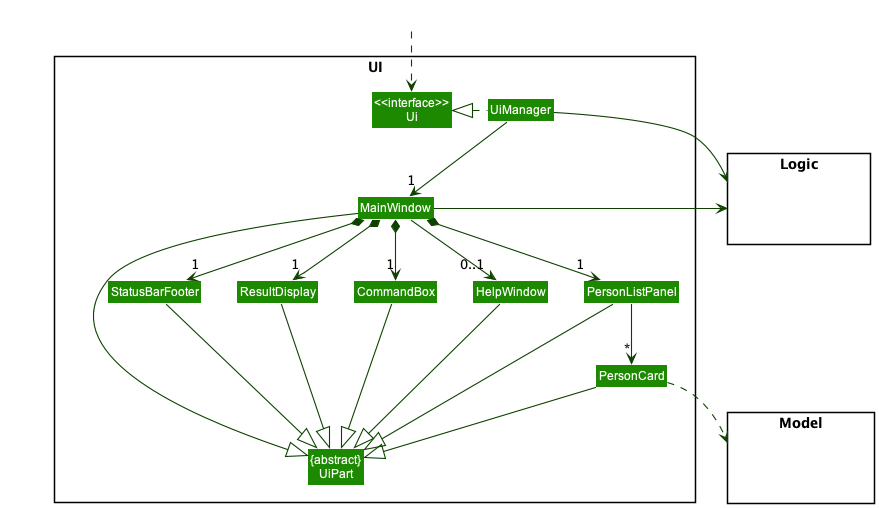
nus-cs2103-AY2223S1/tp keeps this PlantUML diagram as docs/images/UiClassDiagram.png. Above is the earlier version.
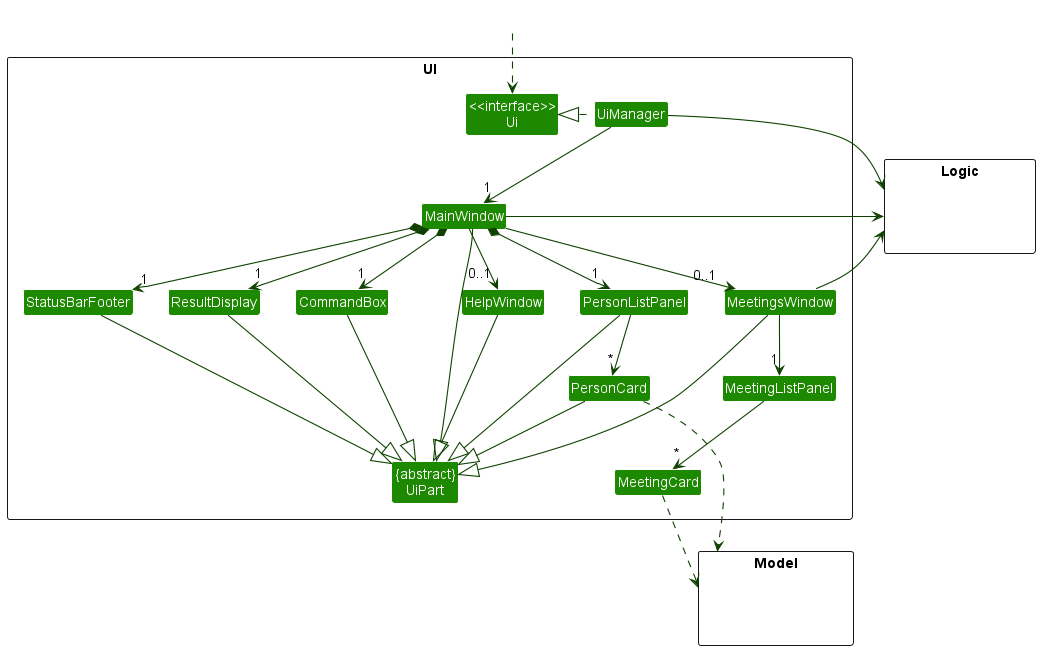
The same diagram one commit later.

Change to the diagram source:
```diff
@@ -15,6 +15,9 @@
 Class PersonCard
 Class StatusBarFooter
 Class CommandBox
+Class MeetingsWindow
+Class MeetingListPanel
+Class MeetingCard
 }
 
 package Model <<Rectangle>> {
@@ -34,7 +37,15 @@
 MainWindow *-down-> "1" ResultDisplay
 MainWindow *-down-> "1" PersonListPanel
 MainWindow *-down-> "1" StatusBarFooter
+MainWindow --> "0..1" MeetingsWindow
 MainWindow --> "0..1" HelpWindow
+
+MeetingsWindow -down-> "1" MeetingListPanel
+MeetingsWindow -left-> Logic
+
+MeetingListPanel -down-> "*" MeetingCard
+
+MeetingCard ..> Model
 
 PersonListPanel -down-> "*" PersonCard
 
@@ -46,6 +57,7 @@
 PersonCard --|> UiPart
 StatusBarFooter --|> UiPart
 HelpWindow --|> UiPart
+MeetingsWindow --|> UiPart
 
 PersonCard ..> Model
 UiManager -right-> Logic
```
